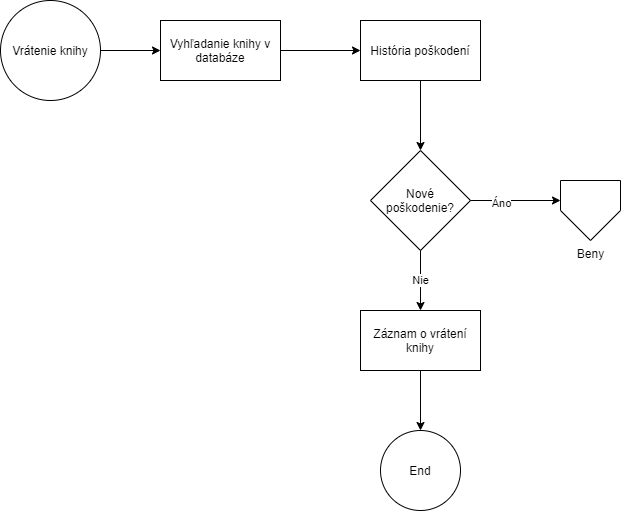
Above: diagrams_png/diagram_vratenie.png in archboi/library_system (draw.io), before the change. Source tidied: cells renumbered, new cells last; positions are measured from the earlier drawing's top-left corner, leaving out a move shared by most shapes. The source it was exported from:
```xml
<mxGraphModel>
  <root>
    <mxCell id="0" />
    <mxCell id="1" parent="0" />
    <mxCell id="2" value="Vrátenie knihy" style="ellipse;whiteSpace=wrap;html=1;" parent="1" vertex="1">
      <mxGeometry width="100" height="100" as="geometry" />
    </mxCell>
    <mxCell id="3" style="endArrow=classic;html=1;rounded=0;exitX=1;exitY=0.5;exitDx=0;exitDy=0;" parent="1" edge="1" source="2">
      <mxGeometry relative="1" as="geometry">
        <mxPoint x="160" y="50" as="targetPoint" />
      </mxGeometry>
    </mxCell>
    <mxCell id="4" value="Vyhľadanie knihy v databáze" style="rounded=0;whiteSpace=wrap;html=1;" parent="1" vertex="1">
      <mxGeometry x="160" y="20" width="120" height="60" as="geometry" />
    </mxCell>
    <mxCell id="5" style="endArrow=classic;html=1;rounded=0;" parent="1" edge="1">
      <mxGeometry relative="1" as="geometry">
        <mxPoint x="280" y="50" as="sourcePoint" />
        <mxPoint x="360" y="50" as="targetPoint" />
      </mxGeometry>
    </mxCell>
    <mxCell id="6" value="História poškodení" style="rounded=0;whiteSpace=wrap;html=1;" parent="1" vertex="1">
      <mxGeometry x="360" y="20" width="120" height="60" as="geometry" />
    </mxCell>
    <mxCell id="7" value="Nové poškodenie?" style="rhombus;whiteSpace=wrap;html=1;" parent="1" vertex="1">
      <mxGeometry x="370" y="150" width="100" height="100" as="geometry" />
    </mxCell>
    <mxCell id="8" style="endArrow=classic;html=1;rounded=0;entryX=0.5;entryY=0;entryDx=0;entryDy=0;" parent="1" edge="1" target="7">
      <mxGeometry relative="1" as="geometry">
        <mxPoint x="420" y="80" as="sourcePoint" />
      </mxGeometry>
    </mxCell>
    <mxCell id="9" style="endArrow=classic;html=1;rounded=0;" parent="1" edge="1">
      <mxGeometry relative="1" as="geometry">
        <mxPoint x="470" y="200" as="sourcePoint" />
        <mxPoint x="560" y="200" as="targetPoint" />
      </mxGeometry>
    </mxCell>
    <mxCell id="10" value="Áno" style="edgeLabel;html=1;align=center;verticalAlign=middle;" parent="9" vertex="1">
      <mxGeometry x="-0.31" y="-3" relative="1" as="geometry" />
    </mxCell>
    <mxCell id="11" value="Beny" style="verticalLabelPosition=bottom;verticalAlign=top;html=1;shape=offPageConnector;rounded=0;size=0.5;" parent="1" vertex="1">
      <mxGeometry x="560" y="180" width="60" height="60" as="geometry" />
    </mxCell>
    <mxCell id="12" value="Nie" style="endArrow=classic;html=1;rounded=0;" parent="1" edge="1">
      <mxGeometry relative="1" as="geometry">
        <mxPoint x="420" y="250" as="sourcePoint" />
        <mxPoint x="420" y="310" as="targetPoint" />
      </mxGeometry>
    </mxCell>
    <mxCell id="13" value="Záznam o vrátení knihy" style="rounded=0;whiteSpace=wrap;html=1;" parent="1" vertex="1">
      <mxGeometry x="360" y="310" width="120" height="60" as="geometry" />
    </mxCell>
    <mxCell id="14" value="End" style="ellipse;whiteSpace=wrap;html=1;" parent="1" vertex="1">
      <mxGeometry x="380" y="430" width="80" height="80" as="geometry" />
    </mxCell>
    <mxCell id="15" style="endArrow=classic;html=1;rounded=0;exitX=0.5;exitY=1;exitDx=0;exitDy=0;entryX=0.5;entryY=0;entryDx=0;entryDy=0;" parent="1" edge="1" source="13" target="14">
      <mxGeometry relative="1" as="geometry" />
    </mxCell>
  </root>
</mxGraphModel>
```
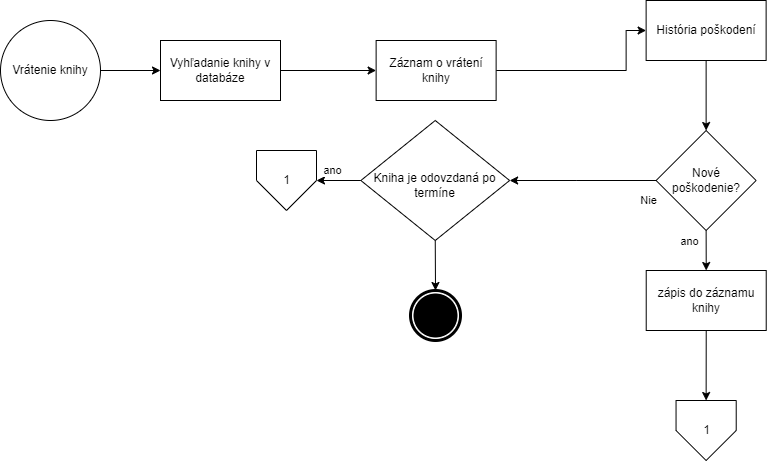
After the commit.

Change to the diagram source:
```diff
@@ -3,59 +3,90 @@
     <mxCell id="0" />
     <mxCell id="1" parent="0" />
     <mxCell id="2" value="Vrátenie knihy" style="ellipse;whiteSpace=wrap;html=1;" parent="1" vertex="1">
-      <mxGeometry width="100" height="100" as="geometry" />
+      <mxGeometry x="-9" y="10" width="100" height="100" as="geometry" />
     </mxCell>
     <mxCell id="3" style="endArrow=classic;html=1;rounded=0;exitX=1;exitY=0.5;exitDx=0;exitDy=0;" parent="1" edge="1" source="2">
       <mxGeometry relative="1" as="geometry">
-        <mxPoint x="160" y="50" as="targetPoint" />
+        <mxPoint x="151" y="60" as="targetPoint" />
       </mxGeometry>
     </mxCell>
     <mxCell id="4" value="Vyhľadanie knihy v databáze" style="rounded=0;whiteSpace=wrap;html=1;" parent="1" vertex="1">
-      <mxGeometry x="160" y="20" width="120" height="60" as="geometry" />
+      <mxGeometry x="151" y="30" width="120" height="60" as="geometry" />
     </mxCell>
-    <mxCell id="5" style="endArrow=classic;html=1;rounded=0;" parent="1" edge="1">
+    <mxCell id="5" style="endArrow=classic;html=1;rounded=0;entryX=0;entryY=0.5;entryDx=0;entryDy=0;exitX=1;exitY=0.5;exitDx=0;exitDy=0;" parent="1" edge="1" source="13" target="6">
       <mxGeometry relative="1" as="geometry">
-        <mxPoint x="280" y="50" as="sourcePoint" />
-        <mxPoint x="360" y="50" as="targetPoint" />
+        <Array as="points">
+          <mxPoint x="616.6" y="60" />
+          <mxPoint x="616.6" y="20" />
+        </Array>
       </mxGeometry>
     </mxCell>
     <mxCell id="6" value="História poškodení" style="rounded=0;whiteSpace=wrap;html=1;" parent="1" vertex="1">
-      <mxGeometry x="360" y="20" width="120" height="60" as="geometry" />
+      <mxGeometry x="636.6" y="-10" width="120" height="60" as="geometry" />
     </mxCell>
     <mxCell id="7" value="Nové poškodenie?" style="rhombus;whiteSpace=wrap;html=1;" parent="1" vertex="1">
-      <mxGeometry x="370" y="150" width="100" height="100" as="geometry" />
+      <mxGeometry x="646.6" y="120" width="100" height="100" as="geometry" />
     </mxCell>
-    <mxCell id="8" style="endArrow=classic;html=1;rounded=0;entryX=0.5;entryY=0;entryDx=0;entryDy=0;" parent="1" edge="1" target="7">
-      <mxGeometry relative="1" as="geometry">
-        <mxPoint x="420" y="80" as="sourcePoint" />
-      </mxGeometry>
+    <mxCell id="8" style="endArrow=classic;html=1;rounded=0;entryX=0.5;entryY=0;entryDx=0;entryDy=0;exitX=0.5;exitY=1;exitDx=0;exitDy=0;" parent="1" edge="1" source="6" target="7">
+      <mxGeometry relative="1" as="geometry" />
     </mxCell>
-    <mxCell id="9" style="endArrow=classic;html=1;rounded=0;" parent="1" edge="1">
-      <mxGeometry relative="1" as="geometry">
-        <mxPoint x="470" y="200" as="sourcePoint" />
-        <mxPoint x="560" y="200" as="targetPoint" />
-      </mxGeometry>
-    </mxCell>
-    <mxCell id="10" value="Áno" style="edgeLabel;html=1;align=center;verticalAlign=middle;" parent="9" vertex="1">
-      <mxGeometry x="-0.31" y="-3" relative="1" as="geometry" />
-    </mxCell>
-    <mxCell id="11" value="Beny" style="verticalLabelPosition=bottom;verticalAlign=top;html=1;shape=offPageConnector;rounded=0;size=0.5;" parent="1" vertex="1">
-      <mxGeometry x="560" y="180" width="60" height="60" as="geometry" />
-    </mxCell>
-    <mxCell id="12" value="Nie" style="endArrow=classic;html=1;rounded=0;" parent="1" edge="1">
-      <mxGeometry relative="1" as="geometry">
-        <mxPoint x="420" y="250" as="sourcePoint" />
-        <mxPoint x="420" y="310" as="targetPoint" />
+    <mxCell id="12" value="Nie" style="endArrow=classic;html=1;rounded=0;entryX=1;entryY=0.5;entryDx=0;entryDy=0;exitX=0;exitY=0.5;exitDx=0;exitDy=0;" parent="1" edge="1" source="7" target="16">
+      <mxGeometry x="-0.89" y="20" relative="1" as="geometry">
+        <Array as="points">
+          <mxPoint x="566.6" y="170" />
+        </Array>
       </mxGeometry>
     </mxCell>
     <mxCell id="13" value="Záznam o vrátení knihy" style="rounded=0;whiteSpace=wrap;html=1;" parent="1" vertex="1">
-      <mxGeometry x="360" y="310" width="120" height="60" as="geometry" />
+      <mxGeometry x="366.6" y="30" width="120" height="60" as="geometry" />
     </mxCell>
-    <mxCell id="14" value="End" style="ellipse;whiteSpace=wrap;html=1;" parent="1" vertex="1">
-      <mxGeometry x="380" y="430" width="80" height="80" as="geometry" />
-    </mxCell>
-    <mxCell id="15" style="endArrow=classic;html=1;rounded=0;exitX=0.5;exitY=1;exitDx=0;exitDy=0;entryX=0.5;entryY=0;entryDx=0;entryDy=0;" parent="1" edge="1" source="13" target="14">
-      <mxGeometry relative="1" as="geometry" />
-    </mxCell>
+    <mxCell id="16" value="&lt;br&gt;Kniha je odovzdaná po termíne" style="rhombus;whiteSpace=wrap;html=1;shadow=0;fontFamily=Helvetica;fontSize=12;align=center;strokeWidth=1;spacing=6;spacingTop=-4;" parent="1" vertex="1">
+      <mxGeometry x="351.4" y="110" width="148.8" height="120" as="geometry" />
+    </mxCell>
+    <mxCell id="17" style="verticalLabelPosition=bottom;verticalAlign=top;html=1;shape=offPageConnector;rounded=0;size=0.5;fontFamily=Helvetica;fontSize=12;fontColor=rgba(0, 0, 0, 1);align=center;strokeColor=rgba(0, 0, 0, 1);fillColor=rgba(255, 255, 255, 1);" parent="1" vertex="1">
+      <mxGeometry x="247" y="140" width="60" height="60" as="geometry" />
+    </mxCell>
+    <mxCell id="18" value="1" style="text;html=1;align=center;verticalAlign=middle;strokeColor=none;fillColor=none;" parent="1" vertex="1">
+      <mxGeometry x="267" y="160" width="20" height="20" as="geometry" />
+    </mxCell>
+    <mxCell id="19" style="verticalLabelPosition=bottom;verticalAlign=top;html=1;shape=offPageConnector;rounded=0;size=0.5;fontFamily=Helvetica;fontSize=12;fontColor=rgba(0, 0, 0, 1);align=center;strokeColor=rgba(0, 0, 0, 1);fillColor=rgba(255, 255, 255, 1);" parent="1" vertex="1">
+      <mxGeometry x="666.5" y="390" width="60.2" height="60" as="geometry" />
+    </mxCell>
+    <mxCell id="20" value="1" style="text;html=1;align=center;verticalAlign=middle;strokeColor=none;fillColor=none;" parent="1" vertex="1">
+      <mxGeometry x="686.7" y="410" width="20" height="20" as="geometry" />
+    </mxCell>
+    <mxCell id="21" style="endArrow=classic;html=1;rounded=0;exitX=1;exitY=0.5;exitDx=0;exitDy=0;entryX=0;entryY=0.5;entryDx=0;entryDy=0;" parent="1" edge="1" source="4" target="13">
+      <mxGeometry relative="1" as="geometry" />
+    </mxCell>
+    <mxCell id="22" style="endArrow=classic;html=1;rounded=0;exitX=0;exitY=0.5;exitDx=0;exitDy=0;entryX=1;entryY=0.5;entryDx=0;entryDy=0;" parent="1" edge="1" source="16" target="17">
+      <mxGeometry relative="1" as="geometry" />
+    </mxCell>
+    <mxCell id="23" value="ano" style="edgeLabel;html=1;align=center;verticalAlign=middle;" parent="22" vertex="1">
+      <mxGeometry x="0.28" relative="1" as="geometry">
+        <mxPoint y="-10" as="offset" />
+      </mxGeometry>
+    </mxCell>
+    <mxCell id="24" value="zápis do záznamu knihy" style="rounded=0;whiteSpace=wrap;html=1;" parent="1" vertex="1">
+      <mxGeometry x="636.7" y="260" width="120" height="60" as="geometry" />
+    </mxCell>
+    <mxCell id="25" style="endArrow=classic;html=1;rounded=0;entryX=0.5;entryY=0;entryDx=0;entryDy=0;exitX=0.5;exitY=1;exitDx=0;exitDy=0;" parent="1" edge="1" source="7" target="24">
+      <mxGeometry relative="1" as="geometry" />
+    </mxCell>
+    <mxCell id="26" value="ano" style="edgeLabel;html=1;align=center;verticalAlign=middle;" parent="25" vertex="1">
+      <mxGeometry x="-0.45" y="-1" relative="1" as="geometry">
+        <mxPoint x="-16" as="offset" />
+      </mxGeometry>
+    </mxCell>
+    <mxCell id="27" style="endArrow=classic;html=1;rounded=0;entryX=0.5;entryY=0;entryDx=0;entryDy=0;exitX=0.5;exitY=1;exitDx=0;exitDy=0;" parent="1" edge="1" source="24" target="19">
+      <mxGeometry relative="1" as="geometry" />
+    </mxCell>
+    <mxCell id="28" style="endArrow=classic;html=1;rounded=0;exitX=0.5;exitY=1;exitDx=0;exitDy=0;" parent="1" edge="1" source="16">
+      <mxGeometry relative="1" as="geometry">
+        <mxPoint x="426" y="280" as="targetPoint" />
+      </mxGeometry>
+    </mxCell>
+    <mxCell id="29" style="shape=mxgraph.bpmn.event;html=1;verticalLabelPosition=bottom;labelBackgroundColor=#ffffff;verticalAlign=top;align=center;perimeter=ellipsePerimeter;outline=end;symbol=terminate;" parent="1" vertex="1">
+      <mxGeometry x="401" y="280" width="50" height="50" as="geometry" />
+    </mxCell>
   </root>
 </mxGraphModel>
```
